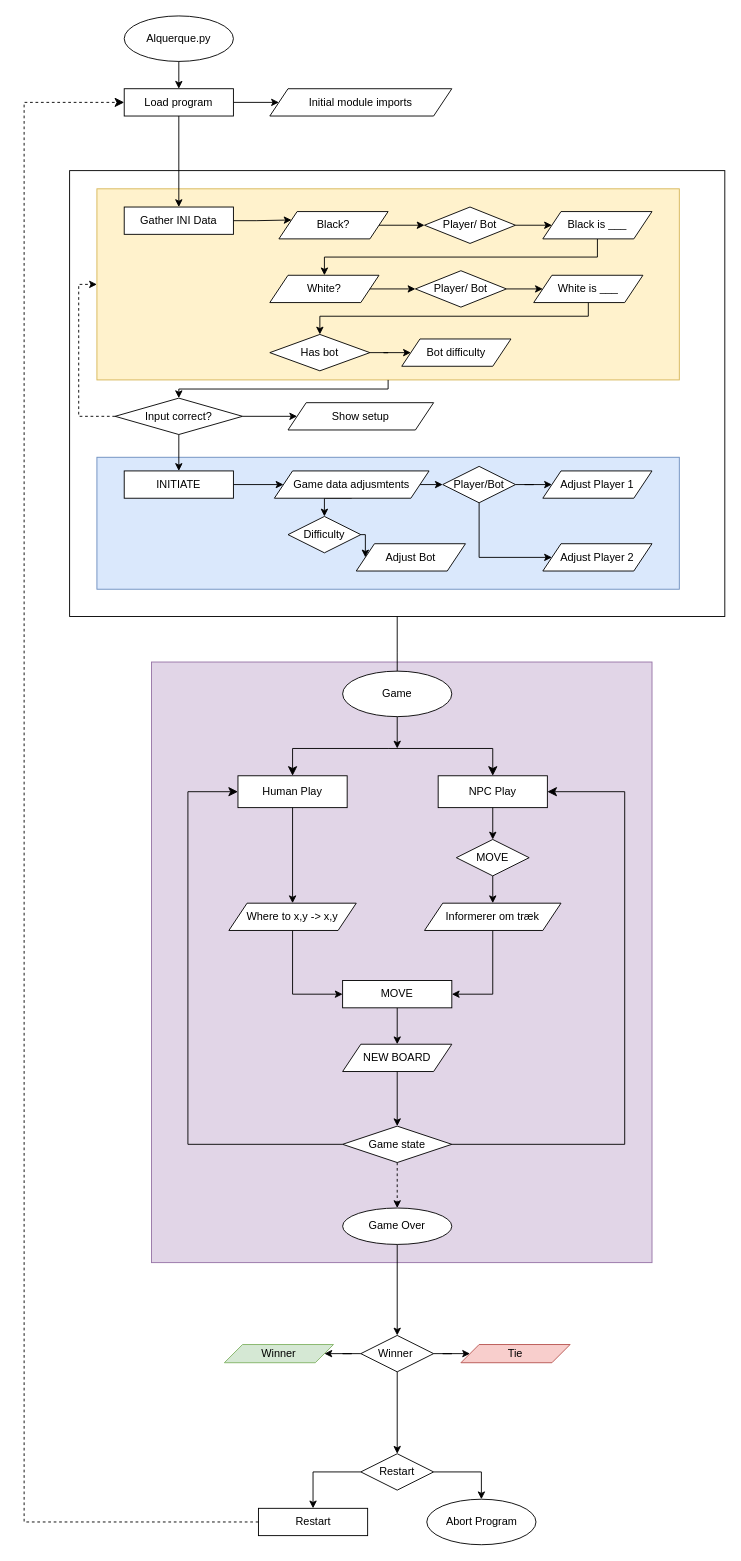
Before: Flow Chart Diagram.drawio in ALEXASMU/p2-of-our-project, a draw.io diagram. Source tidied: cells renumbered, new cells numbered last; positions are measured from the earlier drawing's top-left corner, leaving out a move shared by most shapes. Both pictures are drawn from the tidied source at 91%, with x=0, y=0 at pixel (-49, 15).
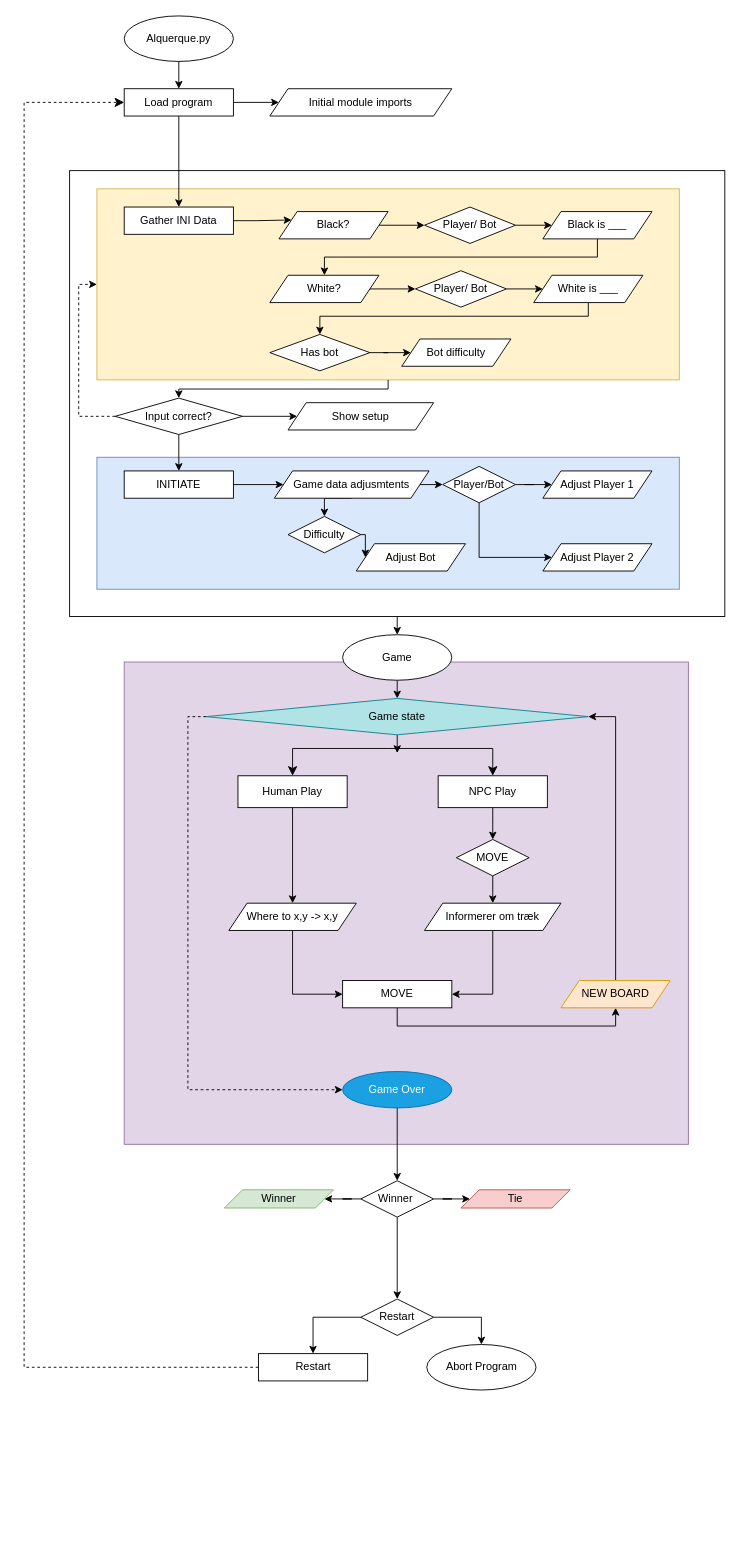
The same page after the edit.

Commit message (it also covers changes not shown here):
Two flowcharts

The change refers to these unchanged cells:
```xml
<mxCell id="3" style="rounded=0;whiteSpace=wrap;html=1;fillColor=none;" parent="1" vertex="1">
  <mxGeometry x="130" y="170" width="720" height="490" as="geometry" />
</mxCell>
<mxCell id="24" value="Human Play" style="rounded=0;whiteSpace=wrap;html=1;" parent="1" vertex="1">
  <mxGeometry x="315" y="835" width="120" height="35" as="geometry" />
</mxCell>
<mxCell id="28" value="MOVE" style="rounded=0;whiteSpace=wrap;html=1;" parent="1" vertex="1">
  <mxGeometry x="430" y="1060" width="120" height="30" as="geometry" />
</mxCell>
<mxCell id="30" value="NPC Play" style="rounded=0;whiteSpace=wrap;html=1;" parent="1" vertex="1">
  <mxGeometry x="535" y="835" width="120" height="35" as="geometry" />
</mxCell>
```

The edit, as a diff of the source:
```diff
@@
     <mxCell id="2" style="rounded=0;whiteSpace=wrap;html=1;fillColor=#e1d5e7;strokeColor=#9673a6;" parent="1" vertex="1">
-      <mxGeometry x="220" y="710" width="550" height="660" as="geometry" />
+      <mxGeometry x="190" y="710" width="620" height="530" as="geometry" />
     </mxCell>
@@
-    <mxCell id="5" style="edgeStyle=orthogonalEdgeStyle;rounded=0;jettySize=auto;html=1;entryX=0.5;entryY=0;entryDx=0;entryDy=0;exitX=0.5;exitY=1;exitDx=0;exitDy=0;" parent="1" edge="1" source="3">
-      <mxGeometry relative="1" as="geometry">
-        <mxPoint x="490" y="740" as="targetPoint" />
-      </mxGeometry>
-    </mxCell>
@@
-    <mxCell id="27" style="edgeStyle=orthogonalEdgeStyle;rounded=0;jettySize=auto;html=1;exitX=0.5;exitY=1;exitDx=0;exitDy=0;entryX=0.5;entryY=0;entryDx=0;entryDy=0;" parent="1" edge="1" source="28" target="29">
+    <mxCell id="27" style="edgeStyle=orthogonalEdgeStyle;rounded=0;jettySize=auto;html=1;exitX=0.5;exitY=1;exitDx=0;exitDy=0;entryX=0.5;entryY=1;entryDx=0;entryDy=0;" parent="1" edge="1" source="28" target="29">
       <mxGeometry relative="1" as="geometry" />
     </mxCell>
@@
+    <mxCell id="37" style="edgeStyle=orthogonalEdgeStyle;rounded=0;jettySize=auto;html=1;exitX=0.5;exitY=0;exitDx=0;exitDy=0;entryX=1;entryY=0.5;entryDx=0;entryDy=0;" parent="1" edge="1" source="29" target="35">
+      <mxGeometry relative="1" as="geometry" />
+    </mxCell>
-    <mxCell id="29" value="NEW BOARD" style="shape=parallelogram;perimeter=parallelogramPerimeter;whiteSpace=wrap;html=1;fixedSize=1;" parent="1" vertex="1">
-      <mxGeometry x="430" y="1130" width="120" height="30" as="geometry" />
+    <mxCell id="29" value="NEW BOARD" style="shape=parallelogram;perimeter=parallelogramPerimeter;whiteSpace=wrap;html=1;fixedSize=1;fillColor=#ffe6cc;strokeColor=#d79b00;" parent="1" vertex="1">
+      <mxGeometry x="670" y="1060" width="120" height="30" as="geometry" />
     </mxCell>
@@
-    <mxCell id="35" value="Game state" style="rhombus;whiteSpace=wrap;html=1;" parent="1" vertex="1">
-      <mxGeometry x="430" y="1220" width="120" height="40" as="geometry" />
-    </mxCell>
-    <mxCell id="36" style="edgeStyle=elbowEdgeStyle;elbow=horizontal;endArrow=classic;html=1;curved=0;rounded=0;endSize=8;startSize=8;exitX=1;exitY=0.5;exitDx=0;exitDy=0;entryX=1;entryY=0.5;entryDx=0;entryDy=0;" parent="1" edge="1" source="35" target="30">
-      <mxGeometry relative="1" as="geometry">
-        <Array as="points">
-          <mxPoint x="740" y="1065" />
-        </Array>
-      </mxGeometry>
-    </mxCell>
-    <mxCell id="37" style="endArrow=classic;html=1;rounded=0;exitX=0.5;exitY=1;exitDx=0;exitDy=0;entryX=0.5;entryY=0;entryDx=0;entryDy=0;" parent="1" edge="1" source="29" target="35">
-      <mxGeometry relative="1" as="geometry" />
-    </mxCell>
-    <mxCell id="38" style="edgeStyle=elbowEdgeStyle;elbow=horizontal;endArrow=classic;html=1;curved=0;rounded=0;endSize=8;startSize=8;exitX=0;exitY=0.5;exitDx=0;exitDy=0;entryX=0;entryY=0.5;entryDx=0;entryDy=0;" parent="1" edge="1" source="35" target="24">
-      <mxGeometry relative="1" as="geometry">
-        <Array as="points">
-          <mxPoint x="260" y="1055" />
-        </Array>
-      </mxGeometry>
-    </mxCell>
@@
-    <mxCell id="42" style="endArrow=classic;html=1;rounded=0;exitX=0.5;exitY=1;exitDx=0;exitDy=0;" parent="1" edge="1">
-      <mxGeometry relative="1" as="geometry">
-        <mxPoint x="490" y="770" as="sourcePoint" />
-        <mxPoint x="490" y="805" as="targetPoint" />
-      </mxGeometry>
-    </mxCell>
@@
-    <mxCell id="44" value="Game Over" style="ellipse;whiteSpace=wrap;html=1;" parent="1" vertex="1">
-      <mxGeometry x="430" y="1310" width="120" height="40" as="geometry" />
+    <mxCell id="44" value="Game Over" style="ellipse;whiteSpace=wrap;html=1;fillColor=#1ba1e2;strokeColor=#006EAF;fontColor=#ffffff;" parent="1" vertex="1">
+      <mxGeometry x="430" y="1160" width="120" height="40" as="geometry" />
     </mxCell>
-    <mxCell id="45" style="endArrow=classic;html=1;rounded=0;exitX=0.5;exitY=1;exitDx=0;exitDy=0;entryX=0.5;entryY=0;entryDx=0;entryDy=0;dashed=1;" parent="1" edge="1" source="35" target="44">
-      <mxGeometry relative="1" as="geometry" />
-    </mxCell>
@@
     <mxCell id="49" value="Winner&amp;nbsp;" style="rhombus;whiteSpace=wrap;html=1;" parent="1" vertex="1">
-      <mxGeometry x="450" y="1450" width="80" height="40" as="geometry" />
+      <mxGeometry x="450" y="1280" width="80" height="40" as="geometry" />
     </mxCell>
     <mxCell id="50" value="Winner" style="shape=parallelogram;perimeter=parallelogramPerimeter;whiteSpace=wrap;html=1;fixedSize=1;fillColor=#d5e8d4;strokeColor=#82b366;" parent="1" vertex="1">
-      <mxGeometry x="300" y="1460" width="120" height="20" as="geometry" />
+      <mxGeometry x="300" y="1290" width="120" height="20" as="geometry" />
     </mxCell>
     <mxCell id="51" value="Tie" style="shape=parallelogram;perimeter=parallelogramPerimeter;whiteSpace=wrap;html=1;fixedSize=1;fillColor=#f8cecc;strokeColor=#b85450;" parent="1" vertex="1">
-      <mxGeometry x="560" y="1460" width="120" height="20" as="geometry" />
+      <mxGeometry x="560" y="1290" width="120" height="20" as="geometry" />
     </mxCell>
@@
     <mxCell id="54" value="Restart" style="rhombus;whiteSpace=wrap;html=1;" parent="1" vertex="1">
-      <mxGeometry x="450" y="1580" width="80" height="40" as="geometry" />
+      <mxGeometry x="450" y="1410" width="80" height="40" as="geometry" />
     </mxCell>
     <mxCell id="55" value="Restart" style="rounded=0;whiteSpace=wrap;html=1;" parent="1" vertex="1">
-      <mxGeometry x="337.5" y="1640" width="120" height="30" as="geometry" />
+      <mxGeometry x="337.5" y="1470" width="120" height="30" as="geometry" />
     </mxCell>
@@
+    <mxCell id="84" value="Abort Program" style="ellipse;whiteSpace=wrap;html=1;" parent="1" vertex="1">
+      <mxGeometry x="522.5" y="1460" width="120" height="50" as="geometry" />
+    </mxCell>
+    <mxCell id="85" style="edgeStyle=orthogonalEdgeStyle;rounded=0;jettySize=auto;html=1;entryX=0.5;entryY=0;entryDx=0;entryDy=0;exitX=0.5;exitY=1;exitDx=0;exitDy=0;" parent="1" edge="1" source="3" target="83">
+      <mxGeometry relative="1" as="geometry" />
+    </mxCell>
+    <mxCell id="86" style="edgeStyle=orthogonalEdgeStyle;rounded=0;jettySize=auto;html=1;exitX=0.5;exitY=1;exitDx=0;exitDy=0;entryX=0.5;entryY=0;entryDx=0;entryDy=0;" parent="1" edge="1" source="83" target="35">
+      <mxGeometry relative="1" as="geometry" />
+    </mxCell>
     <mxCell id="83" value="Game" style="ellipse;whiteSpace=wrap;html=1;" parent="1" vertex="1">
-      <mxGeometry x="430" y="720" width="120" height="50" as="geometry" />
+      <mxGeometry x="430" y="680" width="120" height="50" as="geometry" />
     </mxCell>
-    <mxCell id="84" value="Abort Program" style="ellipse;whiteSpace=wrap;html=1;" parent="1" vertex="1">
-      <mxGeometry x="522.5" y="1630" width="120" height="50" as="geometry" />
-    </mxCell>
+    <mxCell id="87" style="edgeStyle=orthogonalEdgeStyle;rounded=0;jettySize=auto;html=1;exitX=0.5;exitY=1;exitDx=0;exitDy=0;" parent="1" edge="1" source="35">
+      <mxGeometry relative="1" as="geometry">
+        <mxPoint x="490" y="810" as="targetPoint" />
+      </mxGeometry>
+    </mxCell>
+    <mxCell id="45" style="edgeStyle=orthogonalEdgeStyle;rounded=0;jettySize=auto;html=1;exitX=0;exitY=0.5;exitDx=0;exitDy=0;entryX=0;entryY=0.5;entryDx=0;entryDy=0;dashed=1;" parent="1" edge="1" source="35" target="44">
+      <mxGeometry relative="1" as="geometry" />
+    </mxCell>
+    <mxCell id="35" value="Game state" style="rhombus;whiteSpace=wrap;html=1;fillColor=#b0e3e6;strokeColor=#0e8088;" parent="1" vertex="1">
+      <mxGeometry x="280" y="750" width="420" height="40" as="geometry" />
+    </mxCell>
```
